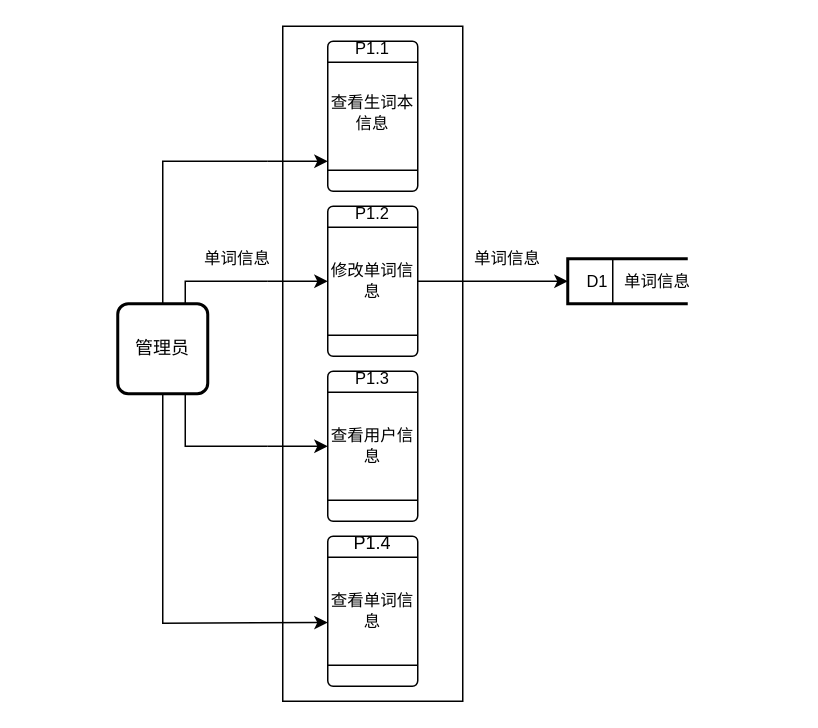
Before: page "第 5 页" (5 of 9) of 功能模块图.drawio in 13593227471/HelloGitHub, a draw.io diagram. Source tidied: cells renumbered, new cells numbered last; positions are measured from the earlier drawing's top-left corner, leaving out a move shared by most shapes. Both pictures are drawn from the tidied source at 150%, with x=0, y=0 at pixel (117, 26).
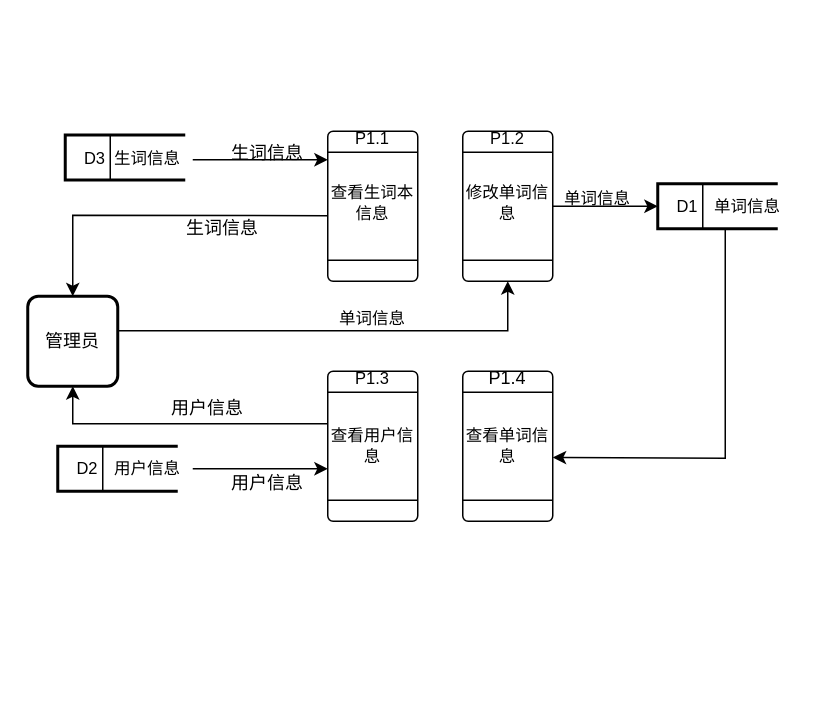
The same page after the edit.

The change refers to these unchanged cells:
```xml
<mxCell id="16" value="查看用户信息" style="text;html=1;strokeColor=none;fillColor=none;align=center;verticalAlign=middle;whiteSpace=wrap;rounded=0;fontSize=11;fontFamily=Helvetica;fontColor=default;" parent="1" vertex="1">
  <mxGeometry x="140" y="265" width="60" height="30" as="geometry" />
</mxCell>
```

Diff of the diagram source:
```diff
@@
-    <mxCell id="2" style="rounded=0;whiteSpace=wrap;html=1;fontFamily=Helvetica;fontSize=11;fontColor=default;" parent="1" vertex="1">
-      <mxGeometry x="110" width="120" height="450" as="geometry" />
-    </mxCell>
     <mxCell id="3" value="管理员" style="rounded=1;whiteSpace=wrap;html=1;absoluteArcSize=1;arcSize=14;strokeWidth=2;" parent="1" vertex="1">
-      <mxGeometry y="185" width="60" height="60" as="geometry" />
+      <mxGeometry x="-60" y="180" width="60" height="60" as="geometry" />
     </mxCell>
     <mxCell id="4" style="verticalLabelPosition=bottom;verticalAlign=top;html=1;shape=process;whiteSpace=wrap;rounded=1;size=0.14;arcSize=6;fontFamily=Helvetica;fontSize=11;fontColor=default;rotation=-90;" parent="1" vertex="1">
-      <mxGeometry x="120" y="30" width="100" height="60" as="geometry" />
+      <mxGeometry x="120" y="90" width="100" height="60" as="geometry" />
     </mxCell>
     <mxCell id="5" value="P1.1" style="text;html=1;strokeColor=none;fillColor=none;align=center;verticalAlign=middle;whiteSpace=wrap;rounded=0;fontSize=11;fontFamily=Helvetica;fontColor=default;" parent="1" vertex="1">
-      <mxGeometry x="140" width="60" height="30" as="geometry" />
+      <mxGeometry x="140" y="60" width="60" height="30" as="geometry" />
     </mxCell>
     <mxCell id="6" value="查看生词本信息" style="text;html=1;strokeColor=none;fillColor=none;align=center;verticalAlign=middle;whiteSpace=wrap;rounded=0;fontSize=11;fontFamily=Helvetica;fontColor=default;" parent="1" vertex="1">
-      <mxGeometry x="140" y="40" width="60" height="35" as="geometry" />
+      <mxGeometry x="140" y="100" width="60" height="35" as="geometry" />
     </mxCell>
     <mxCell id="7" style="strokeWidth=2;html=1;shape=mxgraph.flowchart.annotation_1;align=left;fontFamily=Helvetica;fontSize=11;fontColor=default;" parent="1" vertex="1">
-      <mxGeometry x="300" y="155" width="80" height="30" as="geometry" />
+      <mxGeometry x="360" y="105" width="80" height="30" as="geometry" />
     </mxCell>
     <mxCell id="8" style="endArrow=none;html=1;rounded=0;labelBackgroundColor=default;strokeColor=default;fontFamily=Helvetica;fontSize=11;fontColor=default;shape=connector;" parent="1" edge="1">
       <mxGeometry relative="1" as="geometry">
-        <mxPoint x="330" y="185" as="sourcePoint" />
-        <mxPoint x="330" y="155" as="targetPoint" />
+        <mxPoint x="390" y="135" as="sourcePoint" />
+        <mxPoint x="390" y="105" as="targetPoint" />
       </mxGeometry>
     </mxCell>
     <mxCell id="9" value="D1" style="text;html=1;strokeColor=none;fillColor=none;align=center;verticalAlign=middle;whiteSpace=wrap;rounded=0;fontSize=11;fontFamily=Helvetica;fontColor=default;" parent="1" vertex="1">
-      <mxGeometry x="290" y="155" width="60" height="30" as="geometry" />
+      <mxGeometry x="350" y="105" width="60" height="30" as="geometry" />
     </mxCell>
     <mxCell id="10" value="单词信息" style="text;html=1;strokeColor=none;fillColor=none;align=center;verticalAlign=middle;whiteSpace=wrap;rounded=0;fontSize=11;fontFamily=Helvetica;fontColor=default;" parent="1" vertex="1">
-      <mxGeometry x="330" y="155" width="60" height="30" as="geometry" />
+      <mxGeometry x="390" y="105" width="60" height="30" as="geometry" />
     </mxCell>
     <mxCell id="11" style="verticalLabelPosition=bottom;verticalAlign=top;html=1;shape=process;whiteSpace=wrap;rounded=1;size=0.14;arcSize=6;fontFamily=Helvetica;fontSize=11;fontColor=default;rotation=-90;" parent="1" vertex="1">
-      <mxGeometry x="120" y="140" width="100" height="60" as="geometry" />
+      <mxGeometry x="210" y="90" width="100" height="60" as="geometry" />
     </mxCell>
     <mxCell id="12" value="P1.2" style="text;html=1;strokeColor=none;fillColor=none;align=center;verticalAlign=middle;whiteSpace=wrap;rounded=0;fontSize=11;fontFamily=Helvetica;fontColor=default;" parent="1" vertex="1">
-      <mxGeometry x="140" y="110" width="60" height="30" as="geometry" />
+      <mxGeometry x="230" y="60" width="60" height="30" as="geometry" />
     </mxCell>
     <mxCell id="13" value="修改单词信息" style="text;html=1;strokeColor=none;fillColor=none;align=center;verticalAlign=middle;whiteSpace=wrap;rounded=0;fontSize=11;fontFamily=Helvetica;fontColor=default;" parent="1" vertex="1">
-      <mxGeometry x="140" y="155" width="60" height="30" as="geometry" />
+      <mxGeometry x="230" y="102.5" width="60" height="30" as="geometry" />
     </mxCell>
@@
-    <mxCell id="17" style="endArrow=classic;html=1;rounded=0;labelBackgroundColor=default;strokeColor=default;fontFamily=Helvetica;fontSize=11;fontColor=default;shape=connector;" parent="1" edge="1">
-      <mxGeometry relative="1" as="geometry">
-        <mxPoint x="100" y="90" as="sourcePoint" />
-        <mxPoint x="140" y="90" as="targetPoint" />
-      </mxGeometry>
-    </mxCell>
-    <mxCell id="18" style="endArrow=classic;html=1;rounded=0;labelBackgroundColor=default;strokeColor=default;fontFamily=Helvetica;fontSize=11;fontColor=default;shape=connector;" parent="1" edge="1">
-      <mxGeometry relative="1" as="geometry">
-        <mxPoint x="100" y="170" as="sourcePoint" />
-        <mxPoint x="140" y="170" as="targetPoint" />
-      </mxGeometry>
-    </mxCell>
-    <mxCell id="19" style="endArrow=classic;html=1;rounded=0;labelBackgroundColor=default;strokeColor=default;fontFamily=Helvetica;fontSize=11;fontColor=default;shape=connector;" parent="1" edge="1">
-      <mxGeometry relative="1" as="geometry">
-        <mxPoint x="100" y="280" as="sourcePoint" />
-        <mxPoint x="140" y="280" as="targetPoint" />
-      </mxGeometry>
-    </mxCell>
-    <mxCell id="20" style="endArrow=none;html=1;rounded=0;exitX=0.5;exitY=0;exitDx=0;exitDy=0;" parent="1" edge="1" source="3">
-      <mxGeometry relative="1" as="geometry">
-        <mxPoint x="100" y="90" as="targetPoint" />
-        <Array as="points">
-          <mxPoint x="30" y="90" />
-        </Array>
-      </mxGeometry>
-    </mxCell>
-    <mxCell id="21" style="endArrow=none;html=1;rounded=0;exitX=0.75;exitY=0;exitDx=0;exitDy=0;" parent="1" edge="1" source="3">
-      <mxGeometry relative="1" as="geometry">
-        <mxPoint x="100" y="170" as="targetPoint" />
-        <Array as="points">
-          <mxPoint x="45" y="170" />
-        </Array>
-      </mxGeometry>
-    </mxCell>
-    <mxCell id="22" style="endArrow=none;html=1;rounded=0;entryX=0.75;entryY=1;entryDx=0;entryDy=0;" parent="1" edge="1" target="3">
-      <mxGeometry relative="1" as="geometry">
-        <mxPoint x="100" y="280" as="sourcePoint" />
-        <Array as="points">
-          <mxPoint x="45" y="280" />
-        </Array>
-      </mxGeometry>
-    </mxCell>
     <mxCell id="23" value="单词信息" style="text;html=1;strokeColor=none;fillColor=none;align=center;verticalAlign=middle;whiteSpace=wrap;rounded=0;fontSize=11;fontFamily=Helvetica;fontColor=default;" parent="1" vertex="1">
-      <mxGeometry x="50" y="140" width="60" height="30" as="geometry" />
+      <mxGeometry x="140" y="180" width="60" height="30" as="geometry" />
     </mxCell>
-    <mxCell id="24" style="endArrow=classic;html=1;rounded=0;exitX=1;exitY=0.5;exitDx=0;exitDy=0;" parent="1" edge="1" source="13">
-      <mxGeometry relative="1" as="geometry">
-        <mxPoint x="300" y="170" as="targetPoint" />
-      </mxGeometry>
-    </mxCell>
-    <mxCell id="25" value="单词信息" style="text;html=1;strokeColor=none;fillColor=none;align=center;verticalAlign=middle;whiteSpace=wrap;rounded=0;fontSize=11;fontFamily=Helvetica;fontColor=default;" parent="1" vertex="1">
-      <mxGeometry x="230" y="140" width="60" height="30" as="geometry" />
-    </mxCell>
     <mxCell id="26" style="verticalLabelPosition=bottom;verticalAlign=top;html=1;shape=process;whiteSpace=wrap;rounded=1;size=0.14;arcSize=6;fontFamily=Helvetica;fontSize=11;fontColor=default;rotation=-90;" parent="1" vertex="1">
-      <mxGeometry x="120" y="360" width="100" height="60" as="geometry" />
+      <mxGeometry x="210" y="250" width="100" height="60" as="geometry" />
     </mxCell>
     <mxCell id="27" value="查看单词信息" style="text;html=1;strokeColor=none;fillColor=none;align=center;verticalAlign=middle;whiteSpace=wrap;rounded=0;fontSize=11;fontFamily=Helvetica;fontColor=default;" parent="1" vertex="1">
-      <mxGeometry x="140" y="375" width="60" height="30" as="geometry" />
+      <mxGeometry x="230" y="265" width="60" height="30" as="geometry" />
     </mxCell>
-    <mxCell id="28" style="endArrow=classic;html=1;rounded=0;entryX=0;entryY=0.75;entryDx=0;entryDy=0;exitX=0.5;exitY=1;exitDx=0;exitDy=0;" parent="1" edge="1" source="3" target="27">
-      <mxGeometry relative="1" as="geometry">
-        <Array as="points">
-          <mxPoint x="30" y="398" />
-        </Array>
-      </mxGeometry>
-    </mxCell>
     <mxCell id="29" value="P1.4" style="text;html=1;strokeColor=none;fillColor=none;align=center;verticalAlign=middle;whiteSpace=wrap;rounded=0;" parent="1" vertex="1">
-      <mxGeometry x="140" y="330" width="60" height="30" as="geometry" />
+      <mxGeometry x="230" y="220" width="60" height="30" as="geometry" />
     </mxCell>
+    <mxCell id="30" style="endArrow=classic;html=1;rounded=0;exitX=1;exitY=0.383;exitDx=0;exitDy=0;entryX=0;entryY=0.5;entryDx=0;entryDy=0;exitPerimeter=0;" parent="1" edge="1" source="3" target="11">
+      <mxGeometry relative="1" as="geometry">
+        <Array as="points">
+          <mxPoint x="260" y="203" />
+        </Array>
+      </mxGeometry>
+    </mxCell>
+    <mxCell id="31" style="endArrow=classic;html=1;rounded=0;" parent="1" edge="1">
+      <mxGeometry relative="1" as="geometry">
+        <mxPoint x="290" y="120" as="sourcePoint" />
+        <mxPoint x="360" y="120" as="targetPoint" />
+      </mxGeometry>
+    </mxCell>
+    <mxCell id="25" value="单词信息" style="text;html=1;strokeColor=none;fillColor=none;align=center;verticalAlign=middle;whiteSpace=wrap;rounded=0;fontSize=11;fontFamily=Helvetica;fontColor=default;" parent="1" vertex="1">
+      <mxGeometry x="290" y="100" width="60" height="30" as="geometry" />
+    </mxCell>
+    <mxCell id="32" style="endArrow=classic;html=1;rounded=0;exitX=0.25;exitY=1;exitDx=0;exitDy=0;entryX=1;entryY=0.75;entryDx=0;entryDy=0;" parent="1" edge="1" source="10" target="27">
+      <mxGeometry relative="1" as="geometry">
+        <Array as="points">
+          <mxPoint x="405" y="288" />
+        </Array>
+      </mxGeometry>
+    </mxCell>
+    <mxCell id="33" style="strokeWidth=2;html=1;shape=mxgraph.flowchart.annotation_1;align=left;fontFamily=Helvetica;fontSize=11;fontColor=default;" parent="1" vertex="1">
+      <mxGeometry x="-40" y="280" width="80" height="30" as="geometry" />
+    </mxCell>
+    <mxCell id="34" style="endArrow=none;html=1;rounded=0;labelBackgroundColor=default;strokeColor=default;fontFamily=Helvetica;fontSize=11;fontColor=default;shape=connector;" parent="1" edge="1">
+      <mxGeometry relative="1" as="geometry">
+        <mxPoint x="-10" y="310" as="sourcePoint" />
+        <mxPoint x="-10" y="280" as="targetPoint" />
+      </mxGeometry>
+    </mxCell>
+    <mxCell id="35" value="D2" style="text;html=1;strokeColor=none;fillColor=none;align=center;verticalAlign=middle;whiteSpace=wrap;rounded=0;fontSize=11;fontFamily=Helvetica;fontColor=default;" parent="1" vertex="1">
+      <mxGeometry x="-50" y="280" width="60" height="30" as="geometry" />
+    </mxCell>
+    <mxCell id="36" value="用户信息" style="text;html=1;strokeColor=none;fillColor=none;align=center;verticalAlign=middle;whiteSpace=wrap;rounded=0;fontSize=11;fontFamily=Helvetica;fontColor=default;" parent="1" vertex="1">
+      <mxGeometry x="-10" y="280" width="60" height="30" as="geometry" />
+    </mxCell>
+    <mxCell id="37" style="endArrow=classic;html=1;rounded=0;exitX=1;exitY=0.5;exitDx=0;exitDy=0;entryX=0;entryY=1;entryDx=0;entryDy=0;" parent="1" edge="1" source="36" target="16">
+      <mxGeometry relative="1" as="geometry" />
+    </mxCell>
+    <mxCell id="38" value="用户信息" style="text;html=1;strokeColor=none;fillColor=none;align=center;verticalAlign=middle;whiteSpace=wrap;rounded=0;" parent="1" vertex="1">
+      <mxGeometry x="70" y="290" width="60" height="30" as="geometry" />
+    </mxCell>
+    <mxCell id="39" style="endArrow=classic;html=1;rounded=0;entryX=0.5;entryY=1;entryDx=0;entryDy=0;exitX=0;exitY=0;exitDx=0;exitDy=0;" parent="1" edge="1" source="16" target="3">
+      <mxGeometry relative="1" as="geometry">
+        <Array as="points">
+          <mxPoint x="-30" y="265" />
+        </Array>
+      </mxGeometry>
+    </mxCell>
+    <mxCell id="40" value="用户信息" style="text;html=1;strokeColor=none;fillColor=none;align=center;verticalAlign=middle;whiteSpace=wrap;rounded=0;" parent="1" vertex="1">
+      <mxGeometry x="30" y="240" width="60" height="30" as="geometry" />
+    </mxCell>
+    <mxCell id="41" style="strokeWidth=2;html=1;shape=mxgraph.flowchart.annotation_1;align=left;fontFamily=Helvetica;fontSize=11;fontColor=default;" parent="1" vertex="1">
+      <mxGeometry x="-35" y="72.5" width="80" height="30" as="geometry" />
+    </mxCell>
+    <mxCell id="42" style="endArrow=none;html=1;rounded=0;labelBackgroundColor=default;strokeColor=default;fontFamily=Helvetica;fontSize=11;fontColor=default;shape=connector;" parent="1" edge="1">
+      <mxGeometry relative="1" as="geometry">
+        <mxPoint x="-5" y="102.5" as="sourcePoint" />
+        <mxPoint x="-5" y="72.5" as="targetPoint" />
+      </mxGeometry>
+    </mxCell>
+    <mxCell id="43" value="D3" style="text;html=1;strokeColor=none;fillColor=none;align=center;verticalAlign=middle;whiteSpace=wrap;rounded=0;fontSize=11;fontFamily=Helvetica;fontColor=default;" parent="1" vertex="1">
+      <mxGeometry x="-45" y="72.5" width="60" height="30" as="geometry" />
+    </mxCell>
+    <mxCell id="44" value="生词信息" style="text;html=1;strokeColor=none;fillColor=none;align=center;verticalAlign=middle;whiteSpace=wrap;rounded=0;fontSize=11;fontFamily=Helvetica;fontColor=default;" parent="1" vertex="1">
+      <mxGeometry x="-10" y="72.5" width="60" height="30" as="geometry" />
+    </mxCell>
+    <mxCell id="45" value="生词信息" style="text;html=1;strokeColor=none;fillColor=none;align=center;verticalAlign=middle;whiteSpace=wrap;rounded=0;" parent="1" vertex="1">
+      <mxGeometry x="70" y="70" width="60" height="30" as="geometry" />
+    </mxCell>
+    <mxCell id="46" style="endArrow=classic;html=1;rounded=0;exitX=0;exitY=0.75;exitDx=0;exitDy=0;entryX=0.5;entryY=0;entryDx=0;entryDy=0;" parent="1" edge="1" source="6" target="3">
+      <mxGeometry relative="1" as="geometry">
+        <Array as="points">
+          <mxPoint x="-30" y="126" />
+        </Array>
+      </mxGeometry>
+    </mxCell>
+    <mxCell id="47" value="生词信息" style="text;html=1;strokeColor=none;fillColor=none;align=center;verticalAlign=middle;whiteSpace=wrap;rounded=0;" parent="1" vertex="1">
+      <mxGeometry x="40" y="120" width="60" height="30" as="geometry" />
+    </mxCell>
+    <mxCell id="48" style="endArrow=classic;html=1;rounded=0;exitX=1;exitY=0.5;exitDx=0;exitDy=0;entryX=0;entryY=1;entryDx=0;entryDy=0;" parent="1" edge="1">
+      <mxGeometry relative="1" as="geometry">
+        <mxPoint x="50" y="89" as="sourcePoint" />
+        <mxPoint x="140" y="89" as="targetPoint" />
+      </mxGeometry>
+    </mxCell>
```
